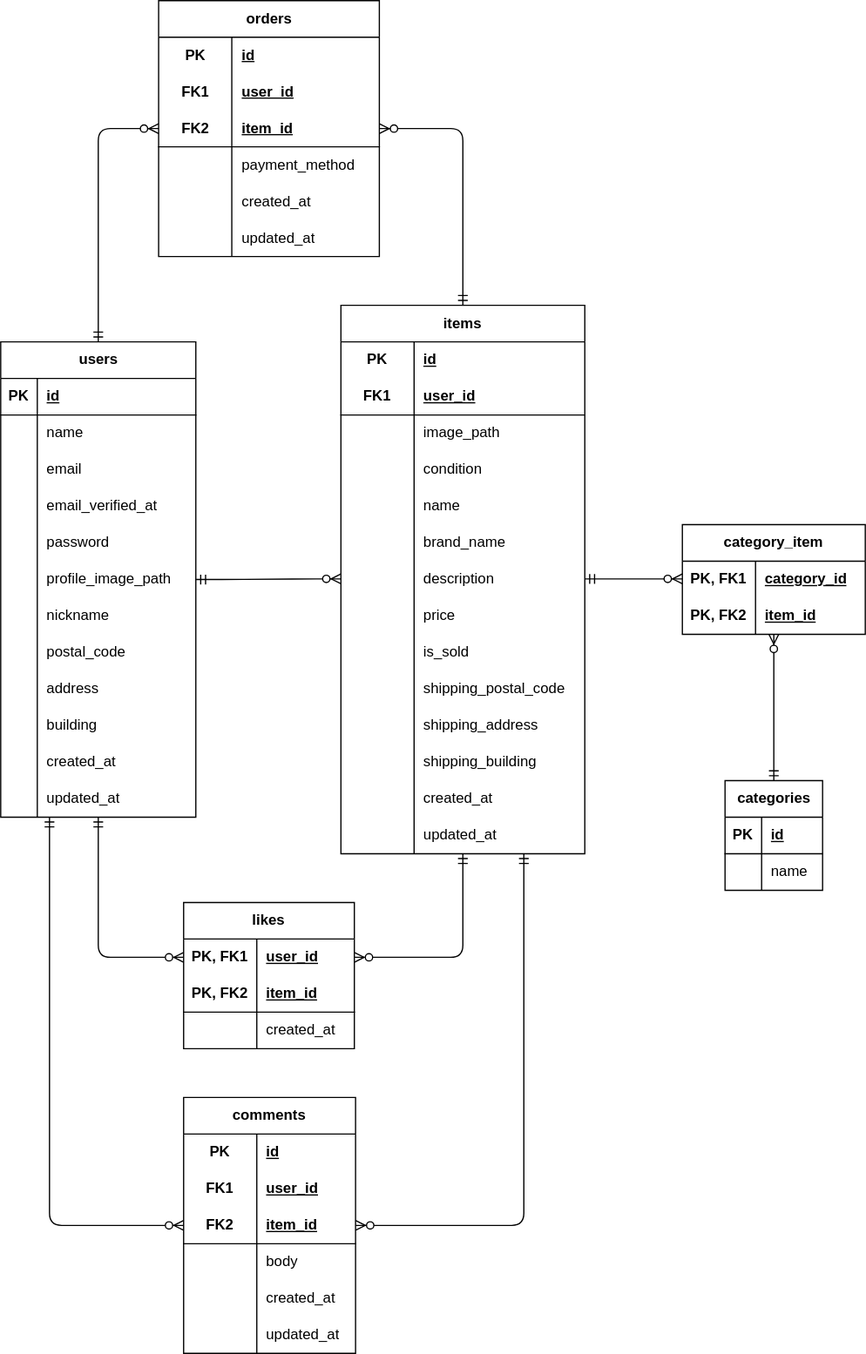
Earlier version of the draw.io export database-design.drawio.svg (sangwon-lee302/flea-market). Source tidied: cells renumbered, new cells last; positions are measured from the earlier drawing's top-left corner, leaving out a move shared by most shapes.
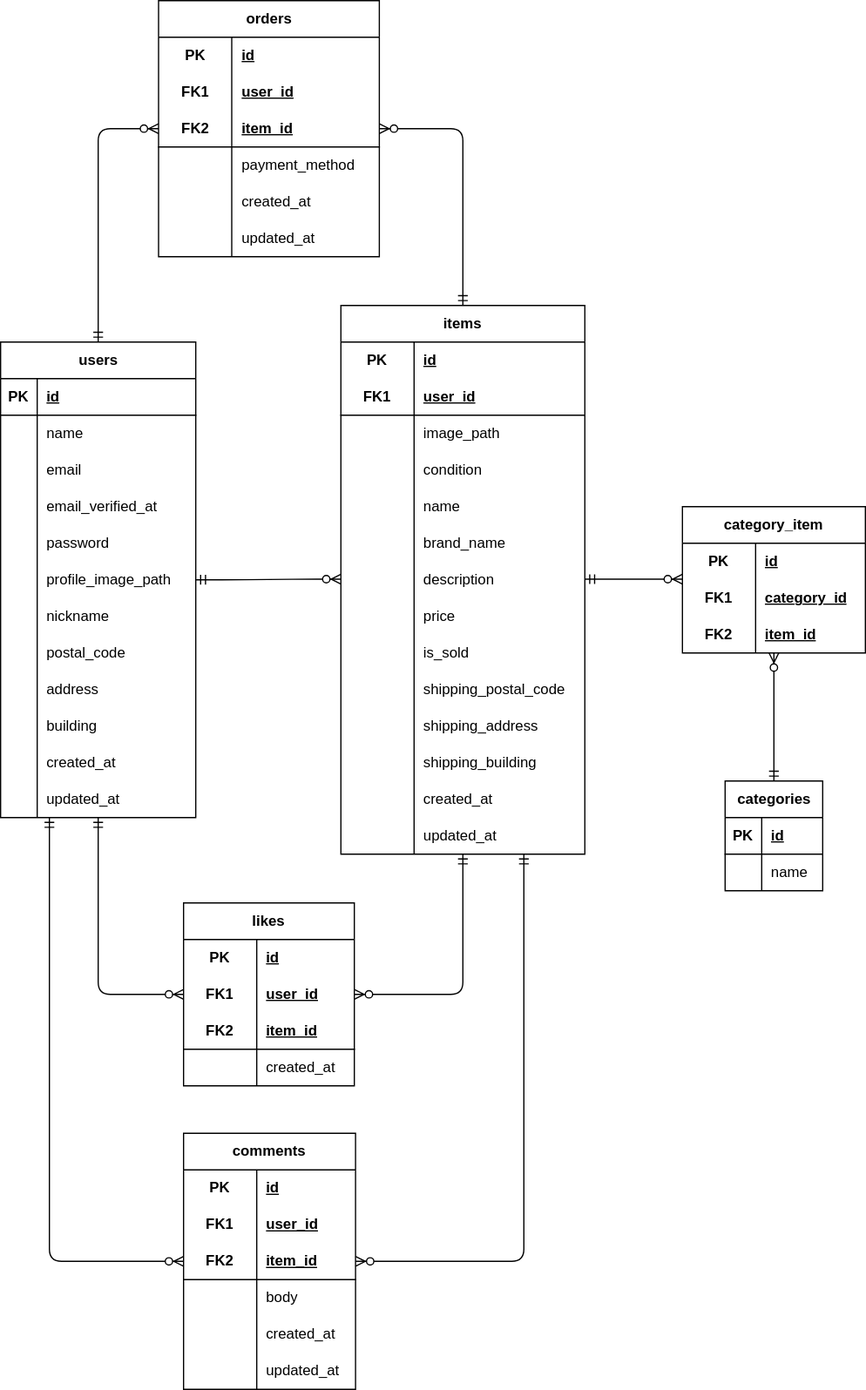
The same diagram one commit later.

Change to the diagram source:
```diff
@@ -272,21 +272,30 @@
       </mxGeometry>
     </mxCell>
     <mxCell id="90" value="category_item" style="shape=table;startSize=30;rowLines=0;fontStyle=1;align=center;html=1;whiteSpace=wrap;" parent="1" vertex="1">
-      <mxGeometry x="559" y="430" width="150" height="90" as="geometry" />
+      <mxGeometry x="559" y="415" width="150" height="120" as="geometry" />
     </mxCell>
+    <mxCell id="153" style="shape=tableRow;horizontal=0;startSize=0;swimlaneHead=0;swimlaneBody=0;fillColor=none;top=0;left=0;right=0;bottom=0;html=1;" parent="90" vertex="1">
+      <mxGeometry y="30" width="150" height="30" as="geometry" />
+    </mxCell>
+    <mxCell id="154" value="PK" style="shape=partialRectangle;fillColor=none;top=0;left=0;bottom=0;right=0;fontStyle=1;overflow=hidden;html=1;whiteSpace=wrap;" parent="153" vertex="1">
+      <mxGeometry width="60" height="30" as="geometry" />
+    </mxCell>
+    <mxCell id="155" value="id" style="shape=partialRectangle;fillColor=none;top=0;left=0;bottom=0;right=0;align=left;spacingLeft=6;fontStyle=5;overflow=hidden;html=1;whiteSpace=wrap;" parent="153" vertex="1">
+      <mxGeometry x="60" width="90" height="30" as="geometry" />
+    </mxCell>
     <mxCell id="91" style="shape=tableRow;horizontal=0;startSize=0;swimlaneHead=0;swimlaneBody=0;fillColor=none;top=0;left=0;right=0;bottom=0;html=1;" parent="90" vertex="1">
-      <mxGeometry y="30" width="150" height="30" as="geometry" />
+      <mxGeometry y="60" width="150" height="30" as="geometry" />
     </mxCell>
-    <mxCell id="92" value="PK, FK1" style="shape=partialRectangle;fillColor=none;top=0;left=0;bottom=0;right=0;fontStyle=1;overflow=hidden;html=1;whiteSpace=wrap;" parent="91" vertex="1">
+    <mxCell id="92" value="FK1" style="shape=partialRectangle;fillColor=none;top=0;left=0;bottom=0;right=0;fontStyle=1;overflow=hidden;html=1;whiteSpace=wrap;" parent="91" vertex="1">
       <mxGeometry width="60" height="30" as="geometry" />
     </mxCell>
     <mxCell id="93" value="category_id" style="shape=partialRectangle;fillColor=none;top=0;left=0;bottom=0;right=0;align=left;spacingLeft=6;fontStyle=5;overflow=hidden;html=1;whiteSpace=wrap;" parent="91" vertex="1">
       <mxGeometry x="60" width="90" height="30" as="geometry" />
     </mxCell>
     <mxCell id="94" style="shape=tableRow;horizontal=0;startSize=0;swimlaneHead=0;swimlaneBody=0;fillColor=none;points=[[0,0.5],[1,0.5]];portConstraint=eastwest;top=0;left=0;right=0;bottom=0;html=1;" parent="90" vertex="1">
-      <mxGeometry y="60" width="150" height="30" as="geometry" />
+      <mxGeometry y="90" width="150" height="30" as="geometry" />
     </mxCell>
-    <mxCell id="95" value="PK, FK2" style="shape=partialRectangle;fillColor=none;top=0;left=0;bottom=0;right=0;fontStyle=1;overflow=hidden;html=1;whiteSpace=wrap;" parent="94" vertex="1">
+    <mxCell id="95" value="FK2" style="shape=partialRectangle;fillColor=none;top=0;left=0;bottom=0;right=0;fontStyle=1;overflow=hidden;html=1;whiteSpace=wrap;" parent="94" vertex="1">
       <mxGeometry width="60" height="30" as="geometry" />
     </mxCell>
     <mxCell id="96" value="item_id" style="shape=partialRectangle;fillColor=none;top=0;left=0;bottom=0;right=0;align=left;spacingLeft=6;fontStyle=5;overflow=hidden;html=1;whiteSpace=wrap;" parent="94" vertex="1">
@@ -299,28 +308,37 @@
       </mxGeometry>
     </mxCell>
     <mxCell id="98" value="likes" style="shape=table;startSize=30;rowLines=0;fontStyle=1;align=center;html=1;whiteSpace=wrap;" parent="1" vertex="1">
-      <mxGeometry x="150" y="740" width="140" height="120" as="geometry" />
+      <mxGeometry x="150" y="740" width="140" height="150" as="geometry" />
     </mxCell>
+    <mxCell id="156" style="shape=tableRow;horizontal=0;startSize=0;swimlaneHead=0;swimlaneBody=0;fillColor=none;top=0;left=0;right=0;bottom=0;html=1;" parent="98" vertex="1">
+      <mxGeometry y="30" width="140" height="30" as="geometry" />
+    </mxCell>
+    <mxCell id="157" value="PK" style="shape=partialRectangle;fillColor=none;top=0;left=0;bottom=0;right=0;fontStyle=1;overflow=hidden;html=1;whiteSpace=wrap;" parent="156" vertex="1">
+      <mxGeometry width="60" height="30" as="geometry" />
+    </mxCell>
+    <mxCell id="158" value="id" style="shape=partialRectangle;fillColor=none;top=0;left=0;bottom=0;right=0;align=left;spacingLeft=6;fontStyle=5;overflow=hidden;html=1;whiteSpace=wrap;" parent="156" vertex="1">
+      <mxGeometry x="60" width="80" height="30" as="geometry" />
+    </mxCell>
     <mxCell id="99" style="shape=tableRow;horizontal=0;startSize=0;swimlaneHead=0;swimlaneBody=0;fillColor=none;points=[[0,0.5],[1,0.5]];portConstraint=eastwest;top=0;left=0;right=0;bottom=0;html=1;" parent="98" vertex="1">
-      <mxGeometry y="30" width="140" height="30" as="geometry" />
+      <mxGeometry y="60" width="140" height="30" as="geometry" />
     </mxCell>
-    <mxCell id="100" value="PK, FK1" style="shape=partialRectangle;fillColor=none;top=0;left=0;bottom=0;right=0;fontStyle=1;overflow=hidden;html=1;whiteSpace=wrap;" parent="99" vertex="1">
+    <mxCell id="100" value="FK1" style="shape=partialRectangle;fillColor=none;top=0;left=0;bottom=0;right=0;fontStyle=1;overflow=hidden;html=1;whiteSpace=wrap;" parent="99" vertex="1">
       <mxGeometry width="60" height="30" as="geometry" />
     </mxCell>
     <mxCell id="101" value="user_id" style="shape=partialRectangle;fillColor=none;top=0;left=0;bottom=0;right=0;align=left;spacingLeft=6;fontStyle=5;overflow=hidden;html=1;whiteSpace=wrap;" parent="99" vertex="1">
       <mxGeometry x="60" width="80" height="30" as="geometry" />
     </mxCell>
     <mxCell id="102" style="shape=tableRow;horizontal=0;startSize=0;swimlaneHead=0;swimlaneBody=0;fillColor=none;top=0;left=0;right=0;bottom=1;html=1;" parent="98" vertex="1">
-      <mxGeometry y="60" width="140" height="30" as="geometry" />
+      <mxGeometry y="90" width="140" height="30" as="geometry" />
     </mxCell>
-    <mxCell id="103" value="PK, FK2" style="shape=partialRectangle;fillColor=none;top=0;left=0;bottom=0;right=0;fontStyle=1;overflow=hidden;html=1;whiteSpace=wrap;" parent="102" vertex="1">
+    <mxCell id="103" value="FK2" style="shape=partialRectangle;fillColor=none;top=0;left=0;bottom=0;right=0;fontStyle=1;overflow=hidden;html=1;whiteSpace=wrap;" parent="102" vertex="1">
       <mxGeometry width="60" height="30" as="geometry" />
     </mxCell>
     <mxCell id="104" value="item_id" style="shape=partialRectangle;fillColor=none;top=0;left=0;bottom=0;right=0;align=left;spacingLeft=6;fontStyle=5;overflow=hidden;html=1;whiteSpace=wrap;" parent="102" vertex="1">
       <mxGeometry x="60" width="80" height="30" as="geometry" />
     </mxCell>
     <mxCell id="105" style="shape=tableRow;horizontal=0;startSize=0;swimlaneHead=0;swimlaneBody=0;fillColor=none;top=0;left=0;right=0;bottom=0;html=1;" parent="98" vertex="1">
-      <mxGeometry y="90" width="140" height="30" as="geometry" />
+      <mxGeometry y="120" width="140" height="30" as="geometry" />
     </mxCell>
     <mxCell id="106" style="shape=partialRectangle;fillColor=none;top=0;left=0;bottom=0;right=0;overflow=hidden;html=1;whiteSpace=wrap;" parent="105" vertex="1">
       <mxGeometry width="60" height="30" as="geometry" />
@@ -335,7 +353,7 @@
       <mxGeometry relative="1" as="geometry" />
     </mxCell>
     <mxCell id="110" value="comments" style="shape=table;startSize=30;rowLines=0;fontStyle=1;align=center;html=1;whiteSpace=wrap;" parent="1" vertex="1">
-      <mxGeometry x="150" y="900" width="141" height="210" as="geometry" />
+      <mxGeometry x="150" y="929" width="141" height="210" as="geometry" />
     </mxCell>
     <mxCell id="111" style="shape=tableRow;horizontal=0;startSize=0;swimlaneHead=0;swimlaneBody=0;fillColor=none;top=0;left=0;right=0;bottom=0;html=1;" parent="110" vertex="1">
       <mxGeometry y="30" width="141" height="30" as="geometry" />
```
